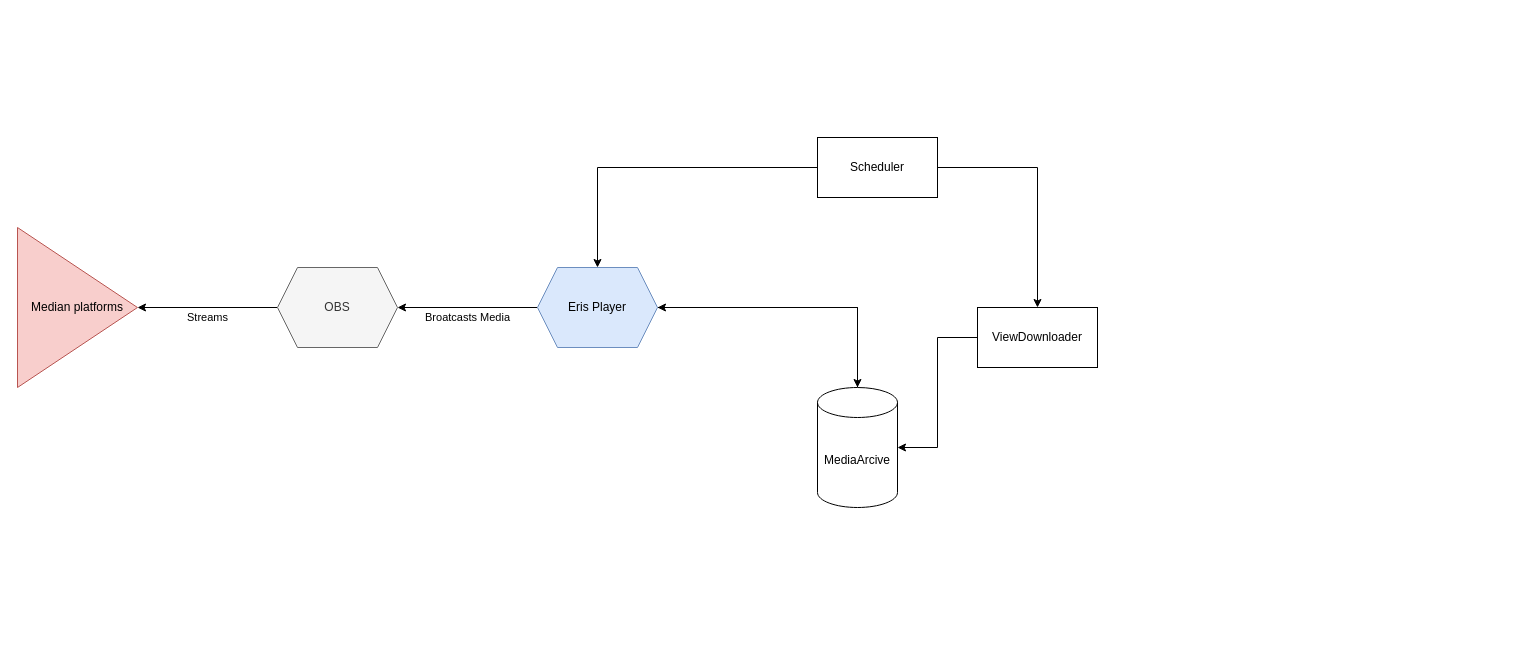
Earlier version of the draw.io diagram ErisPlayer_Documentation.drawio (Eris-Television/Eris-Player). Source tidied: cells renumbered, new cells numbered last; positions are measured from the earlier drawing's top-left corner, leaving out a move shared by most shapes. Both pictures are drawn from the tidied source at 100%, with x=0, y=0 at pixel (17, 137).
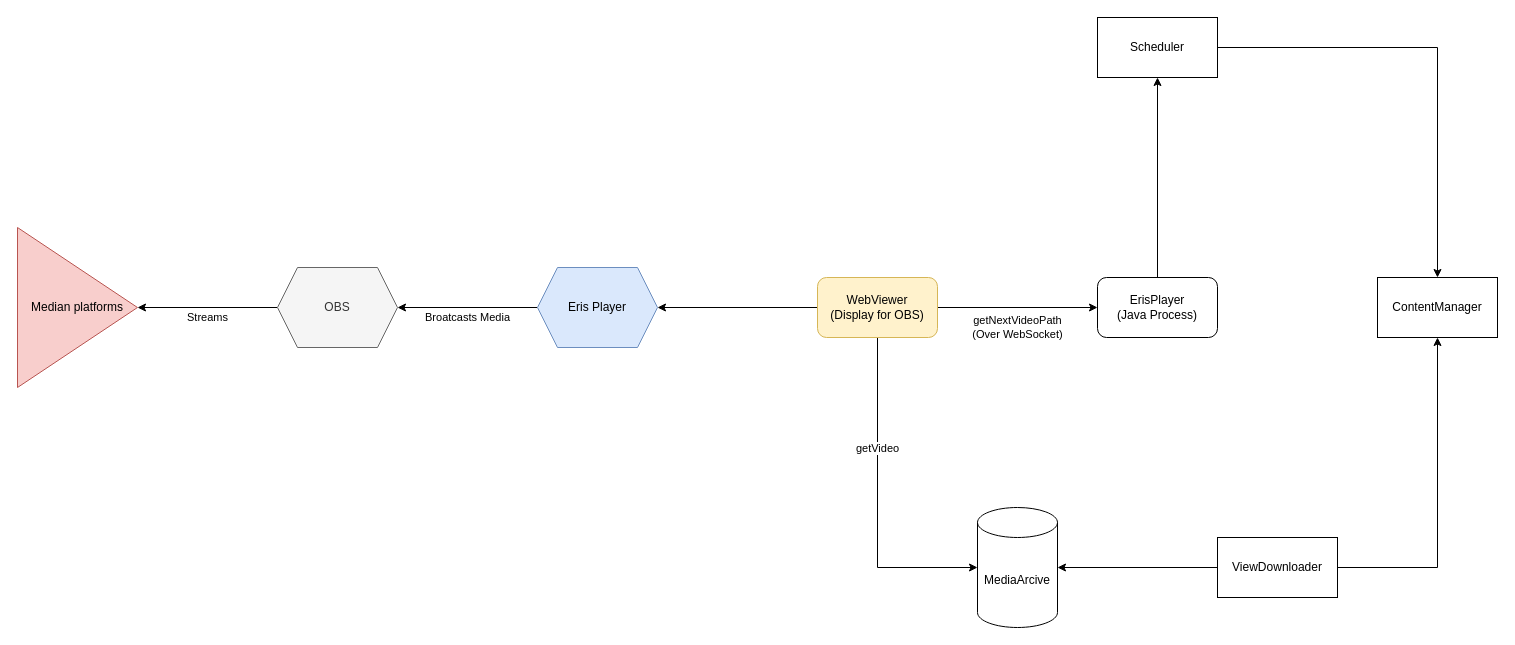
The same page after the edit.

What changed in the source:
```diff
@@
 <mxGraphModel>
   <root>
     <mxCell id="0" />
     <mxCell id="1" parent="0" />
     <mxCell id="2" value="Streams" style="edgeStyle=orthogonalEdgeStyle;rounded=0;jettySize=auto;html=1;" parent="1" edge="1" source="3" target="4">
       <mxGeometry y="10" relative="1" as="geometry" />
     </mxCell>
     <mxCell id="3" value="OBS" style="shape=hexagon;perimeter=hexagonPerimeter2;whiteSpace=wrap;html=1;fixedSize=1;fillColor=#f5f5f5;fontColor=#333333;strokeColor=#666666;" parent="1" vertex="1">
       <mxGeometry x="260" y="130" width="120" height="80" as="geometry" />
     </mxCell>
     <mxCell id="4" value="Median platforms" style="triangle;whiteSpace=wrap;html=1;fillColor=#f8cecc;strokeColor=#b85450;" parent="1" vertex="1">
       <mxGeometry y="90" width="120" height="160" as="geometry" />
     </mxCell>
     <mxCell id="5" value="Broatcasts Media" style="edgeStyle=orthogonalEdgeStyle;rounded=0;jettySize=auto;html=1;entryX=1;entryY=0.5;entryDx=0;entryDy=0;" parent="1" edge="1" source="7" target="3">
       <mxGeometry y="10" relative="1" as="geometry" />
     </mxCell>
-    <mxCell id="6" style="edgeStyle=orthogonalEdgeStyle;rounded=0;jettySize=auto;html=1;entryX=0.5;entryY=0;entryDx=0;entryDy=0;entryPerimeter=0;" parent="1" edge="1" source="7" target="12">
-      <mxGeometry relative="1" as="geometry" />
-    </mxCell>
     <mxCell id="7" value="Eris Player" style="shape=hexagon;perimeter=hexagonPerimeter2;whiteSpace=wrap;html=1;fixedSize=1;fillColor=#dae8fc;strokeColor=#6c8ebf;" parent="1" vertex="1">
       <mxGeometry x="520" y="130" width="120" height="80" as="geometry" />
     </mxCell>
-    <mxCell id="8" style="edgeStyle=orthogonalEdgeStyle;rounded=0;jettySize=auto;html=1;" parent="1" edge="1" source="10" target="7">
-      <mxGeometry relative="1" as="geometry" />
-    </mxCell>
-    <mxCell id="9" style="edgeStyle=orthogonalEdgeStyle;rounded=0;jettySize=auto;html=1;" parent="1" edge="1" source="10" target="14">
-      <mxGeometry relative="1" as="geometry" />
-    </mxCell>
-    <mxCell id="10" value="Scheduler" style="rounded=0;whiteSpace=wrap;html=1;" parent="1" vertex="1">
-      <mxGeometry x="800" width="120" height="60" as="geometry" />
-    </mxCell>
-    <mxCell id="11" style="edgeStyle=orthogonalEdgeStyle;rounded=0;jettySize=auto;html=1;entryX=1;entryY=0.5;entryDx=0;entryDy=0;" parent="1" edge="1" source="12" target="7">
-      <mxGeometry relative="1" as="geometry">
-        <Array as="points">
-          <mxPoint x="840" y="170" />
-        </Array>
-      </mxGeometry>
-    </mxCell>
-    <mxCell id="12" value="MediaArcive" style="shape=cylinder3;whiteSpace=wrap;html=1;boundedLbl=1;backgroundOutline=1;size=15;" parent="1" vertex="1">
-      <mxGeometry x="800" y="250" width="80" height="120" as="geometry" />
+    <mxCell id="12" value="MediaArcive&lt;br&gt;" style="shape=cylinder3;whiteSpace=wrap;html=1;boundedLbl=1;backgroundOutline=1;size=15;" parent="1" vertex="1">
+      <mxGeometry x="960" y="370" width="80" height="120" as="geometry" />
     </mxCell>
     <mxCell id="13" style="edgeStyle=orthogonalEdgeStyle;rounded=0;jettySize=auto;html=1;entryX=1;entryY=0.5;entryDx=0;entryDy=0;entryPerimeter=0;" parent="1" edge="1" source="14" target="12">
       <mxGeometry relative="1" as="geometry" />
     </mxCell>
+    <mxCell id="15" style="edgeStyle=orthogonalEdgeStyle;rounded=0;jettySize=auto;html=1;entryX=0.5;entryY=1;entryDx=0;entryDy=0;" parent="1" edge="1" source="14" target="23">
+      <mxGeometry relative="1" as="geometry" />
+    </mxCell>
     <mxCell id="14" value="ViewDownloader" style="rounded=0;whiteSpace=wrap;html=1;" parent="1" vertex="1">
-      <mxGeometry x="960" y="170" width="120" height="60" as="geometry" />
+      <mxGeometry x="1200" y="400" width="120" height="60" as="geometry" />
     </mxCell>
+    <mxCell id="16" style="edgeStyle=orthogonalEdgeStyle;rounded=0;jettySize=auto;html=1;entryX=1;entryY=0.5;entryDx=0;entryDy=0;" parent="1" edge="1" source="19" target="7">
+      <mxGeometry relative="1" as="geometry" />
+    </mxCell>
+    <mxCell id="17" value="getNextVideoPath&lt;br&gt;(Over WebSocket)" style="edgeStyle=orthogonalEdgeStyle;rounded=0;jettySize=auto;html=1;entryX=0;entryY=0.5;entryDx=0;entryDy=0;" parent="1" edge="1" source="19" target="21">
+      <mxGeometry y="-20" relative="1" as="geometry" />
+    </mxCell>
+    <mxCell id="18" value="getVideo" style="edgeStyle=orthogonalEdgeStyle;rounded=0;jettySize=auto;html=1;entryX=0;entryY=0.5;entryDx=0;entryDy=0;entryPerimeter=0;exitX=0.5;exitY=1;exitDx=0;exitDy=0;" parent="1" edge="1" source="19" target="12">
+      <mxGeometry x="-0.33" relative="1" as="geometry" />
+    </mxCell>
+    <mxCell id="19" value="WebViewer&lt;br&gt;(Display for OBS)" style="rounded=1;whiteSpace=wrap;html=1;fillColor=#fff2cc;strokeColor=#d6b656;" parent="1" vertex="1">
+      <mxGeometry x="800" y="140" width="120" height="60" as="geometry" />
+    </mxCell>
+    <mxCell id="20" style="edgeStyle=orthogonalEdgeStyle;rounded=0;jettySize=auto;html=1;entryX=0.5;entryY=1;entryDx=0;entryDy=0;" parent="1" edge="1" source="21" target="10">
+      <mxGeometry relative="1" as="geometry" />
+    </mxCell>
+    <mxCell id="21" value="ErisPlayer&lt;br&gt;(Java Process)" style="rounded=1;whiteSpace=wrap;html=1;" parent="1" vertex="1">
+      <mxGeometry x="1080" y="140" width="120" height="60" as="geometry" />
+    </mxCell>
+    <mxCell id="22" style="edgeStyle=orthogonalEdgeStyle;rounded=0;jettySize=auto;html=1;entryX=0.5;entryY=0;entryDx=0;entryDy=0;" parent="1" edge="1" source="10" target="23">
+      <mxGeometry relative="1" as="geometry" />
+    </mxCell>
+    <mxCell id="10" value="Scheduler" style="rounded=0;whiteSpace=wrap;html=1;" parent="1" vertex="1">
+      <mxGeometry x="1080" y="-120" width="120" height="60" as="geometry" />
+    </mxCell>
+    <mxCell id="23" value="ContentManager" style="rounded=0;whiteSpace=wrap;html=1;" parent="1" vertex="1">
+      <mxGeometry x="1360" y="140" width="120" height="60" as="geometry" />
+    </mxCell>
   </root>
 </mxGraphModel>
```
